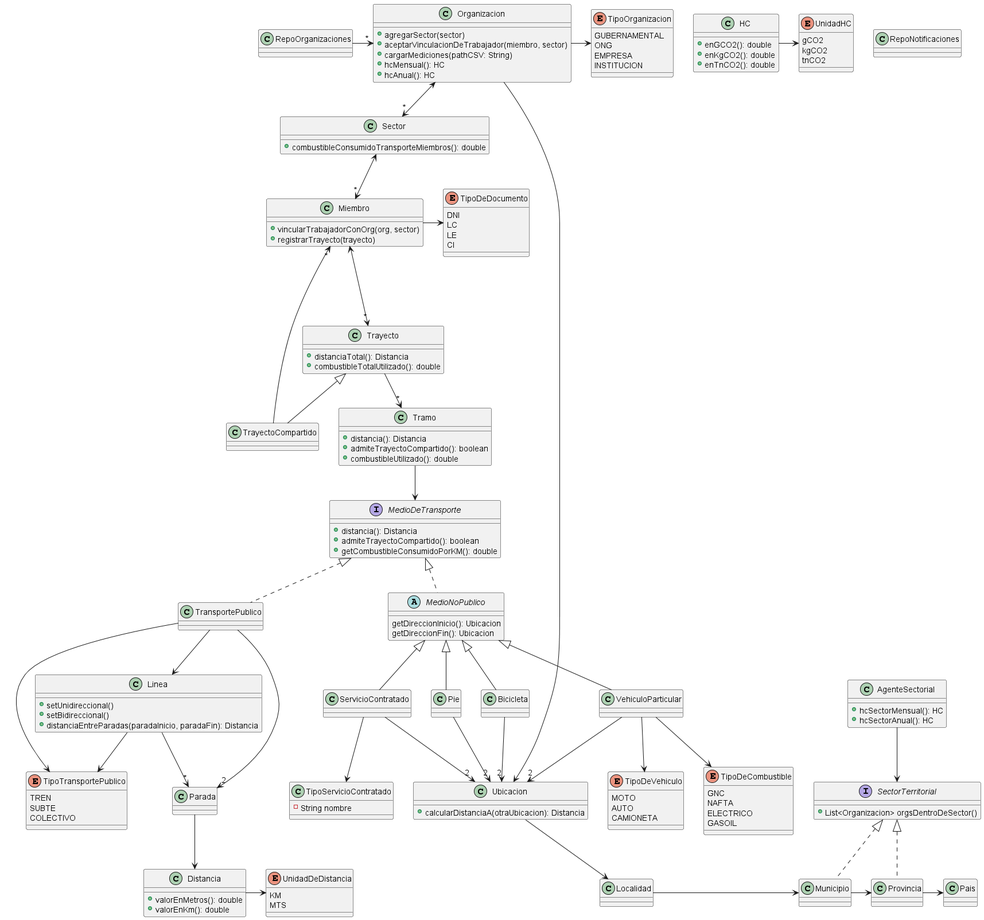
Earlier version of the PlantUML export out/diagrama-de-clases/nuevo_diagrama.png (julian-salinas/dds-2022). Source of this version:
```plantuml
@startuml


class RepoOrganizaciones {}
class RepoNotificaciones {}

enum TipoOrganizacion {
  GUBERNAMENTAL
  ONG
  EMPRESA
  INSTITUCION
}

class Organizacion {
    + agregarSector(sector)
    + aceptarVinculacionDeTrabajador(miembro, sector)
    + cargarMediciones(pathCSV: String)
    + hcMensual(): HC
    + hcAnual(): HC
}

class Sector {
    + combustibleConsumidoTransporteMiembros(): double
}

class Miembro {
    + vincularTrabajadorConOrg(org, sector)
    + registrarTrayecto(trayecto)
}

enum TipoDeDocumento {
  DNI
  LC
  LE
  CI
}


class Ubicacion {
    + calcularDistanciaA(otraUbicacion): Distancia
}

class Localidad {

}

class Municipio implements SectorTerritorial{

}

class Provincia implements SectorTerritorial{

}

class Pais {

}

interface SectorTerritorial {
    + List<Organizacion> orgsDentroDeSector()
}

class AgenteSectorial {
    + hcSectorMensual(): HC
    + hcSectorAnual(): HC
}

class HC {
    + enGCO2(): double
    + enKgCO2(): double
    + enTnCO2(): double
}

enum UnidadHC {
  gCO2
  kgCO2
  tnCO2
}

class Distancia {
    + valorEnMetros(): double
    + valorEnKm(): double
}

enum UnidadDeDistancia {
  KM
  MTS
}


class Trayecto {
    + distanciaTotal(): Distancia
    + combustibleTotalUtilizado(): double
}

class TrayectoCompartido extends Trayecto {

}

class Tramo {
    + distancia(): Distancia
    + admiteTrayectoCompartido(): boolean
    + combustibleUtilizado(): double
}

interface MedioDeTransporte {
    + distancia(): Distancia
    + admiteTrayectoCompartido(): boolean
    + getCombustibleConsumidoPorKM(): double
}

enum TipoTransportePublico {
  TREN
  SUBTE
  COLECTIVO
}

class TransportePublico implements MedioDeTransporte {

}

class Linea {
    + setUnidireccional()
    + setBidireccional()
    + distanciaEntreParadas(paradaInicio, paradaFin): Distancia
}

class Parada {

}

abstract class MedioNoPublico implements MedioDeTransporte {
    getDireccionInicio(): Ubicacion
    getDireccionFin(): Ubicacion
}

class Pie extends MedioNoPublico {}
class Bicicleta extends MedioNoPublico {}
class ServicioContratado extends MedioNoPublico {}

class TipoServicioContratado {
    - String nombre
}

class VehiculoParticular extends MedioNoPublico {}

enum TipoDeVehiculo {
  MOTO
  AUTO
  CAMIONETA
}

enum TipoDeCombustible {
  GNC
  NAFTA
  ELECTRICO
  GASOIL
}


Organizacion <--> "*" Sector
Sector <--> "*" Miembro
Miembro <---> "*" Trayecto
Trayecto --> "*" Tramo
Tramo --> MedioDeTransporte


RepoOrganizaciones -> "*" Organizacion
Organizacion -> TipoOrganizacion
Organizacion ---> Ubicacion
Miembro -> TipoDeDocumento
TrayectoCompartido --> "*" Miembro
TransportePublico --> TipoTransportePublico
TransportePublico --> "2" Parada
TransportePublico --> Linea
Linea --> "*" Parada
Linea --> TipoTransportePublico
Parada --> Distancia
Distancia -> UnidadDeDistancia

Pie --> "2" Ubicacion
Bicicleta --> "2" Ubicacion
ServicioContratado --> "2" Ubicacion
ServicioContratado --> TipoServicioContratado
VehiculoParticular --> "2" Ubicacion
VehiculoParticular --> TipoDeVehiculo
VehiculoParticular --> TipoDeCombustible

Ubicacion --> Localidad
Localidad -> Municipio
Municipio -> Provincia
Provincia -> Pais
AgenteSectorial --> SectorTerritorial

HC -> UnidadHC

@enduml
```
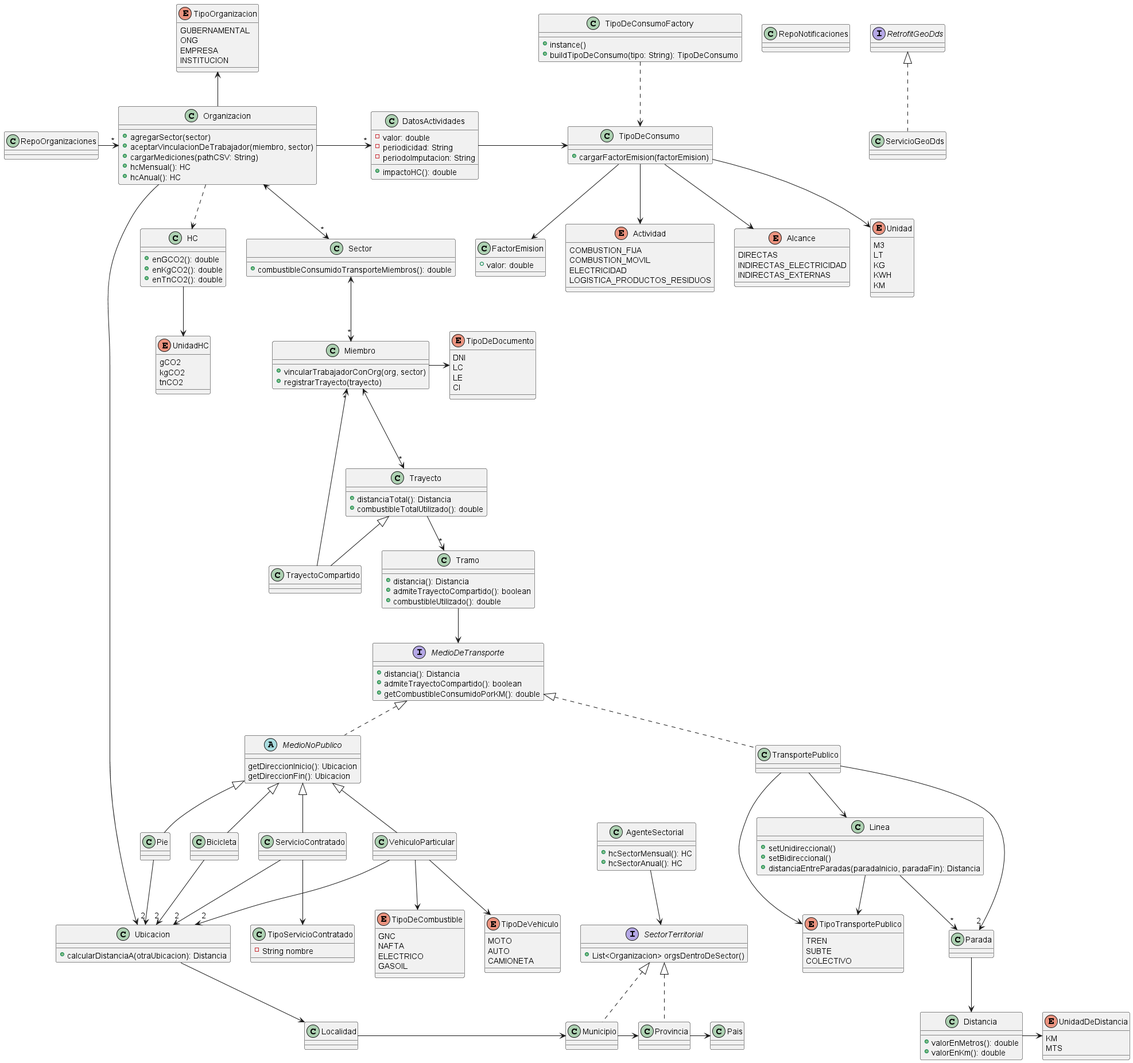
After the change.

Commit message:
Diagrama de clases final v1

Diff of the diagram source:
```diff
@@ -40,21 +40,13 @@
     + calcularDistanciaA(otraUbicacion): Distancia
 }
 
-class Localidad {
+class Localidad {}
 
-}
+class Municipio implements SectorTerritorial{}
 
-class Municipio implements SectorTerritorial{
+class Provincia implements SectorTerritorial{}
 
-}
-
-class Provincia implements SectorTerritorial{
-
-}
-
-class Pais {
-
-}
+class Pais {}
 
 interface SectorTerritorial {
     + List<Organizacion> orgsDentroDeSector()
@@ -93,9 +85,7 @@
     + combustibleTotalUtilizado(): double
 }
 
-class TrayectoCompartido extends Trayecto {
-
-}
+class TrayectoCompartido extends Trayecto {}
 
 class Tramo {
     + distancia(): Distancia
@@ -115,9 +105,7 @@
   COLECTIVO
 }
 
-class TransportePublico implements MedioDeTransporte {
-
-}
+class TransportePublico implements MedioDeTransporte {}
 
 class Linea {
     + setUnidireccional()
@@ -125,9 +113,7 @@
     + distanciaEntreParadas(paradaInicio, paradaFin): Distancia
 }
 
-class Parada {
-
-}
+class Parada {}
 
 abstract class MedioNoPublico implements MedioDeTransporte {
     getDireccionInicio(): Ubicacion
@@ -158,6 +144,52 @@
 }
 
 
+interface RetrofitGeoDds {}
+class ServicioGeoDds implements RetrofitGeoDds {}
+
+
+class DatosActividades {
+  - valor: double
+  - periodicidad: String
+  - periodoImputacion: String
+
+  + impactoHC(): double
+}
+
+enum Actividad {
+  COMBUSTION_FIJA
+  COMBUSTION_MOVIL
+  ELECTRICIDAD
+  LOGISTICA_PRODUCTOS_RESIDUOS
+}
+
+enum Alcance {
+  DIRECTAS
+  INDIRECTAS_ELECTRICIDAD
+  INDIRECTAS_EXTERNAS
+}
+
+enum Unidad {
+  M3
+  LT
+  KG
+  KWH
+  KM
+}
+
+class FactorEmision {
+  + valor: double
+}
+
+class TipoDeConsumo {
+  + cargarFactorEmision(factorEmision)
+}
+
+class TipoDeConsumoFactory {
+  + instance()
+  + buildTipoDeConsumo(tipo: String): TipoDeConsumo
+}
+
 Organizacion <--> "*" Sector
 Sector <--> "*" Miembro
 Miembro <---> "*" Trayecto
@@ -166,7 +198,7 @@
 
 
 RepoOrganizaciones -> "*" Organizacion
-Organizacion -> TipoOrganizacion
+TipoOrganizacion <-- Organizacion
 Organizacion ---> Ubicacion
 Miembro -> TipoDeDocumento
 TrayectoCompartido --> "*" Miembro
@@ -192,6 +224,15 @@
 Provincia -> Pais
 AgenteSectorial --> SectorTerritorial
 
-HC -> UnidadHC
+Organizacion -> "*" DatosActividades
+DatosActividades -> TipoDeConsumo
+TipoDeConsumo --> Actividad
+TipoDeConsumo --> Alcance
+TipoDeConsumo --> Unidad
+TipoDeConsumo --> FactorEmision
+TipoDeConsumoFactory ..> TipoDeConsumo
+
+Organizacion ..> HC
+HC --> UnidadHC
 
 @enduml
```
